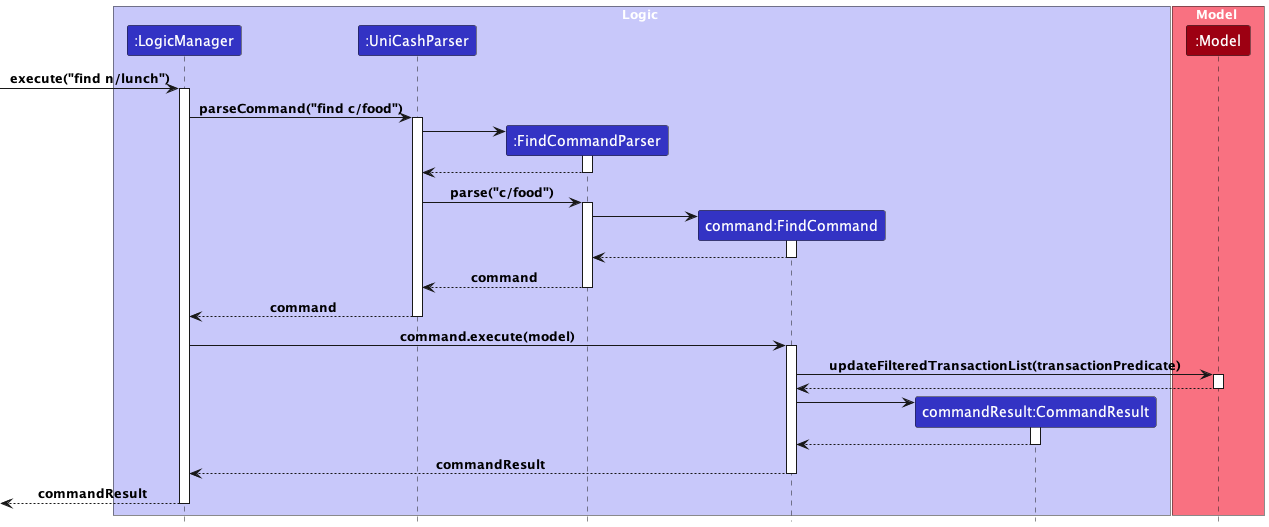
Before: docs/images/unicash/diagrams/FindTransactionsSequenceDiagram.png, a diagram exported from PlantUML (sp4ce-cowboy/tp). Source of this version:
```plantuml
@startuml
!include ../style.puml

box Logic LOGIC_COLOR_T1
participant ":LogicManager" as LogicManager LOGIC_COLOR
participant ":UniCashParser" as UniCashParser LOGIC_COLOR
participant ":FindCommandParser" as FindCommandParser LOGIC_COLOR
participant "command:FindCommand" as FindCommand LOGIC_COLOR
participant "commandResult:CommandResult" as CommandResult LOGIC_COLOR

end box

box Model MODEL_COLOR_T1
participant ":Model" as Model MODEL_COLOR
end box

[-> LogicManager : execute("find n/lunch")
activate LogicManager

LogicManager -> UniCashParser : parseCommand("find c/food")
activate UniCashParser

create FindCommandParser
UniCashParser -> FindCommandParser
activate FindCommandParser

FindCommandParser --> UniCashParser
deactivate FindCommandParser

UniCashParser -> FindCommandParser : parse("c/food")
activate FindCommandParser


create FindCommand
FindCommandParser -> FindCommand
activate FindCommand

FindCommand --> FindCommandParser
deactivate FindCommand

FindCommandParser --> UniCashParser : command
deactivate FindCommandParser

UniCashParser --> LogicManager : command
deactivate UniCashParser

LogicManager -> FindCommand : command.execute(model)
activate FindCommand


FindCommand -> Model : updateFilteredTransactionList(transactionPredicate)
activate Model

Model --> FindCommand
deactivate Model

create CommandResult
FindCommand -> CommandResult
activate CommandResult

CommandResult --> FindCommand
deactivate CommandResult

FindCommand --> LogicManager : commandResult
deactivate FindCommand

[<--LogicManager : commandResult
deactivate LogicManager
@enduml
```
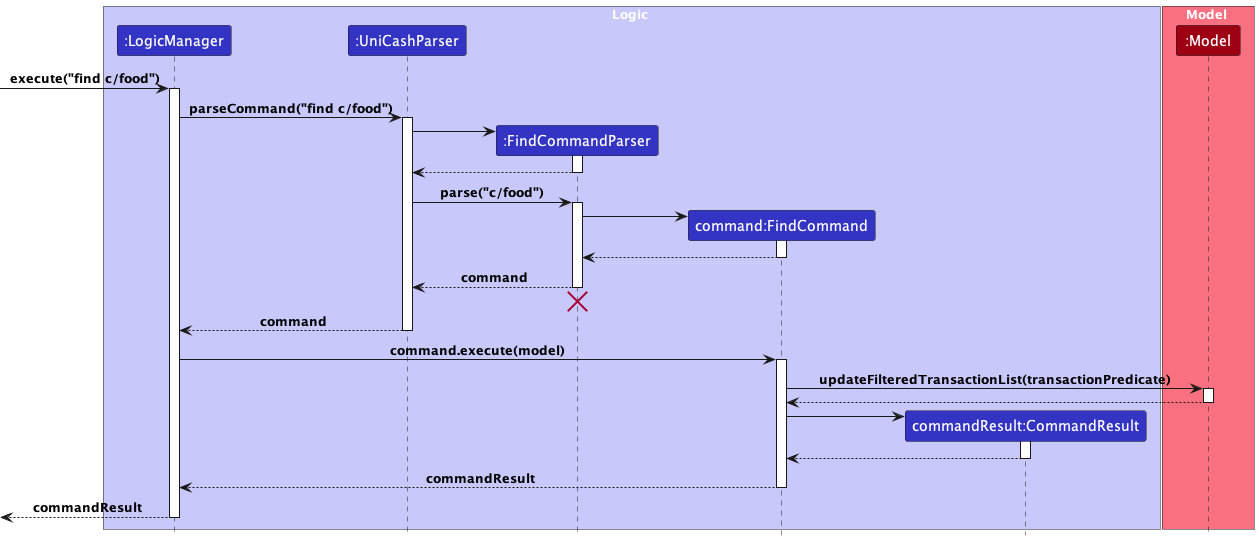
The same diagram one commit later.

Commit message:
Fix Find Transaction diagrams and style

The edit, as a diff of the source:
```diff
@@ -14,7 +14,7 @@
 participant ":Model" as Model MODEL_COLOR
 end box
 
-[-> LogicManager : execute("find n/lunch")
+[-> LogicManager : execute("find c/food")
 activate LogicManager
 
 LogicManager -> UniCashParser : parseCommand("find c/food")
@@ -40,6 +40,9 @@
 
 FindCommandParser --> UniCashParser : command
 deactivate FindCommandParser
+
+FindCommandParser -[hidden]-> UniCashParser
+destroy FindCommandParser
 
 UniCashParser --> LogicManager : command
 deactivate UniCashParser
```
